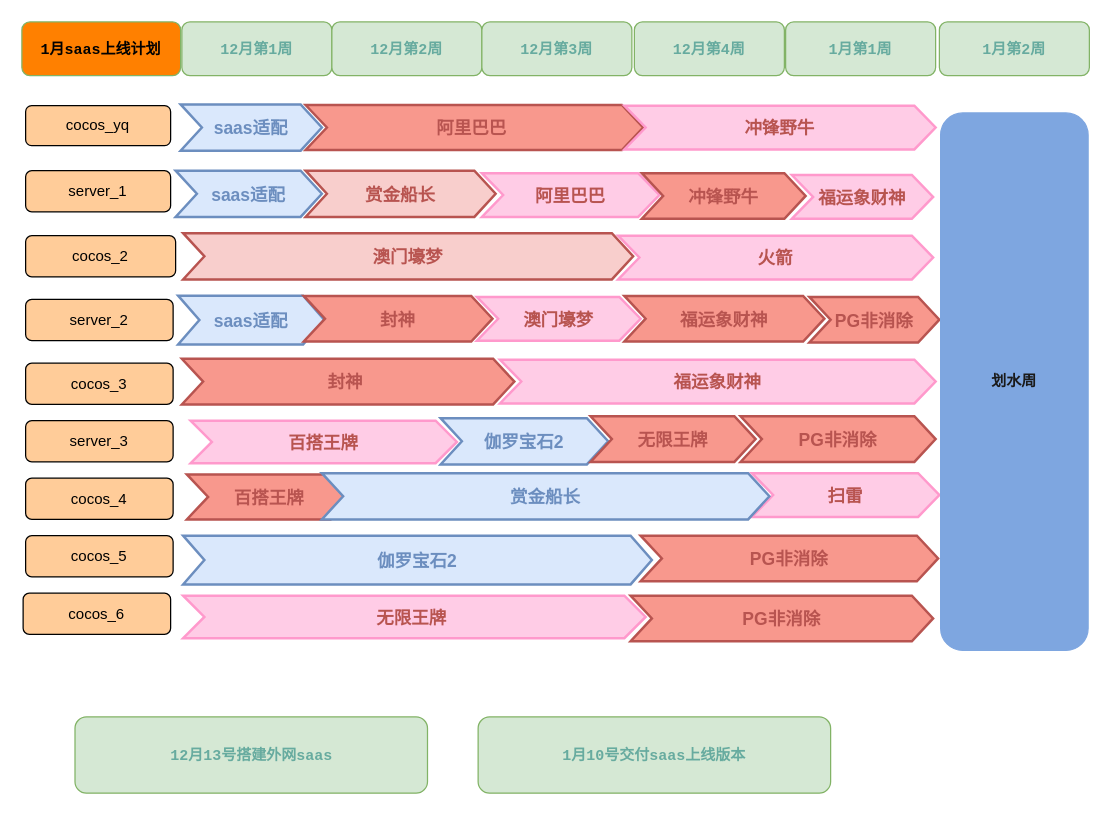
Before: 10月计划.drawio in iteevohe/images, a draw.io diagram. Source tidied: cells renumbered, new cells numbered last; positions are measured from the earlier drawing's top-left corner, leaving out a move shared by most shapes. Both pictures are drawn from the tidied source at 125%, with x=0, y=0 at pixel (21, 21).
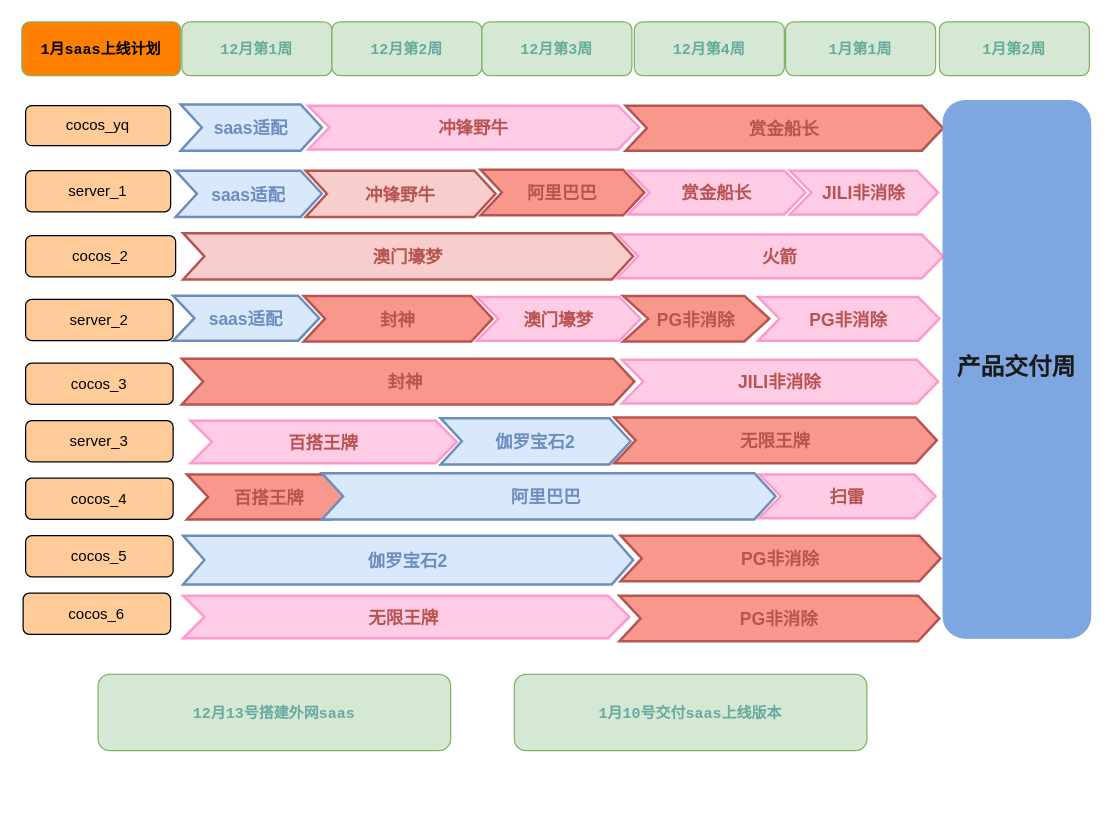
After the change.

Diff of the diagram source:
```diff
@@
-    <mxCell id="16" value="福运象财神" style="shape=step;perimeter=stepPerimeter;strokeColor=#FF99CC;fontFamily=Helvetica;fontSize=14;fontColor=#B85450;fillColor=#FFCCE6;fixedSize=1;size=17;fontStyle=1;strokeWidth=2;spacingTop=0;" parent="1" vertex="1">
-      <mxGeometry x="382.5" y="270.2" width="348.5" height="35" as="geometry" />
+    <mxCell id="16" value="JILI非消除" style="shape=step;perimeter=stepPerimeter;strokeColor=#FF99CC;fontFamily=Helvetica;fontSize=14;fontColor=#B85450;fillColor=#FFCCE6;fixedSize=1;size=17;fontStyle=1;strokeWidth=2;spacingTop=0;" parent="1" vertex="1">
+      <mxGeometry x="480" y="270.2" width="253" height="35" as="geometry" />
     </mxCell>
@@
     <mxCell id="19" value="扫雷" style="shape=step;perimeter=stepPerimeter;strokeColor=#FF99CC;fontFamily=Helvetica;fontSize=14;fontColor=#B85450;fillColor=#FFCCE6;fixedSize=1;size=17;fontStyle=1;strokeWidth=2;spacingTop=0;" parent="1" vertex="1">
-      <mxGeometry x="584" y="361" width="150" height="35" as="geometry" />
+      <mxGeometry x="590" y="362" width="141" height="35" as="geometry" />
     </mxCell>
-    <mxCell id="20" value="赏金船长" style="shape=step;perimeter=stepPerimeter;strokeColor=#B85450;fontFamily=Helvetica;fontSize=14;fontColor=#B85450;fillColor=#f8cecc;fixedSize=1;size=17;fontStyle=1;strokeWidth=2;spacingTop=0;" parent="1" vertex="1">
+    <mxCell id="20" value="冲锋野牛" style="shape=step;perimeter=stepPerimeter;strokeColor=#B85450;fontFamily=Helvetica;fontSize=14;fontColor=#B85450;fillColor=#f8cecc;fixedSize=1;size=17;fontStyle=1;strokeWidth=2;spacingTop=0;" parent="1" vertex="1">
       <mxGeometry x="227" y="119" width="152" height="37" as="geometry" />
     </mxCell>
     <mxCell id="21" value="伽罗宝石2" style="shape=step;perimeter=stepPerimeter;strokeColor=#6C8EBF;fontFamily=Helvetica;fontSize=14;fontColor=#6C8EBF;fillColor=#dae8fc;fixedSize=1;size=17;fontStyle=1;strokeWidth=2;spacingTop=0;" parent="1" vertex="1">
-      <mxGeometry x="335" y="317" width="134" height="37" as="geometry" />
+      <mxGeometry x="335" y="317" width="152" height="37" as="geometry" />
     </mxCell>
@@
     <mxCell id="24" value="伽罗宝石2" style="shape=step;perimeter=stepPerimeter;strokeColor=#6C8EBF;fontFamily=Helvetica;fontSize=14;fontColor=#6C8EBF;fillColor=#dae8fc;fixedSize=1;size=17;fontStyle=1;strokeWidth=2;spacingTop=0;" parent="1" vertex="1">
-      <mxGeometry x="129" y="411" width="375" height="39" as="geometry" />
+      <mxGeometry x="129" y="411" width="360" height="39" as="geometry" />
     </mxCell>
@@
     <mxCell id="26" value="saas适配" style="shape=step;perimeter=stepPerimeter;strokeColor=#6C8EBF;fontFamily=Helvetica;fontSize=14;fontColor=#6C8EBF;fillColor=#dae8fc;fixedSize=1;size=17;fontStyle=1;strokeWidth=2;spacingTop=0;" parent="1" vertex="1">
-      <mxGeometry x="125" y="219" width="117" height="39" as="geometry" />
+      <mxGeometry x="121" y="219" width="117" height="36" as="geometry" />
     </mxCell>
@@
-    <mxCell id="29" value="赏金船长" style="shape=step;perimeter=stepPerimeter;strokeColor=#6C8EBF;fontFamily=Helvetica;fontSize=14;fontColor=#6C8EBF;fillColor=#dae8fc;fixedSize=1;size=17;fontStyle=1;strokeWidth=2;spacingTop=0;" parent="1" vertex="1">
-      <mxGeometry x="240" y="361" width="358" height="37" as="geometry" />
+    <mxCell id="29" value="阿里巴巴 " style="shape=step;perimeter=stepPerimeter;strokeColor=#6C8EBF;fontFamily=Helvetica;fontSize=14;fontColor=#6C8EBF;fillColor=#dae8fc;fixedSize=1;size=17;fontStyle=1;strokeWidth=2;spacingTop=0;" parent="1" vertex="1">
+      <mxGeometry x="240" y="361" width="363" height="37" as="geometry" />
     </mxCell>
-    <mxCell id="30" value="阿里巴巴 " style="shape=step;perimeter=stepPerimeter;strokeColor=#B85450;fontFamily=Helvetica;fontSize=14;fontColor=#B85450;fillColor=#F8988D;fixedSize=1;size=17;fontStyle=1;strokeWidth=2;spacingTop=0;" parent="1" vertex="1">
-      <mxGeometry x="227" y="66.5" width="270" height="36" as="geometry" />
+    <mxCell id="30" value="赏金船长" style="shape=step;perimeter=stepPerimeter;strokeColor=#B85450;fontFamily=Helvetica;fontSize=14;fontColor=#B85450;fillColor=#F8988D;fixedSize=1;size=17;fontStyle=1;strokeWidth=2;spacingTop=0;" parent="1" vertex="1">
+      <mxGeometry x="483" y="67" width="254" height="36" as="geometry" />
     </mxCell>
-    <mxCell id="31" value="阿里巴巴" style="shape=step;perimeter=stepPerimeter;strokeColor=#FF99CC;fontFamily=Helvetica;fontSize=14;fontColor=#B85450;fillColor=#FFCCE6;fixedSize=1;size=17;fontStyle=1;strokeWidth=2;spacingTop=0;" parent="1" vertex="1">
-      <mxGeometry x="368" y="121" width="142" height="35" as="geometry" />
+    <mxCell id="31" value="赏金船长" style="shape=step;perimeter=stepPerimeter;strokeColor=#FF99CC;fontFamily=Helvetica;fontSize=14;fontColor=#B85450;fillColor=#FFCCE6;fixedSize=1;size=17;fontStyle=1;strokeWidth=2;spacingTop=0;" parent="1" vertex="1">
+      <mxGeometry x="485" y="119" width="142" height="35" as="geometry" />
     </mxCell>
@@
-    <mxCell id="33" value="冲锋野牛" style="shape=step;perimeter=stepPerimeter;strokeColor=#B85450;fontFamily=Helvetica;fontSize=14;fontColor=#B85450;fillColor=#F8988D;fixedSize=1;size=17;fontStyle=1;strokeWidth=2;spacingTop=0;" parent="1" vertex="1">
-      <mxGeometry x="496" y="121" width="131" height="36.5" as="geometry" />
+    <mxCell id="33" value="阿里巴巴" style="shape=step;perimeter=stepPerimeter;strokeColor=#B85450;fontFamily=Helvetica;fontSize=14;fontColor=#B85450;fillColor=#F8988D;fixedSize=1;size=17;fontStyle=1;strokeWidth=2;spacingTop=0;" parent="1" vertex="1">
+      <mxGeometry x="367" y="118.2" width="131" height="36.5" as="geometry" />
     </mxCell>
     <mxCell id="34" value="无限王牌 " style="shape=step;perimeter=stepPerimeter;strokeColor=#FF99CC;fontFamily=Helvetica;fontSize=14;fontColor=#B85450;fillColor=#FFCCE6;fixedSize=1;size=17;fontStyle=1;strokeWidth=2;spacingTop=0;" parent="1" vertex="1">
-      <mxGeometry x="129" y="459" width="370" height="34" as="geometry" />
+      <mxGeometry x="129" y="459" width="357" height="34" as="geometry" />
     </mxCell>
@@
     <mxCell id="36" value="火箭" style="shape=step;perimeter=stepPerimeter;strokeColor=#FF99CC;fontFamily=Helvetica;fontSize=14;fontColor=#B85450;fillColor=#FFCCE6;fixedSize=1;size=17;fontStyle=1;strokeWidth=2;spacingTop=0;" parent="1" vertex="1">
-      <mxGeometry x="477" y="171" width="252" height="35" as="geometry" />
+      <mxGeometry x="476" y="170" width="261" height="35" as="geometry" />
     </mxCell>
     <mxCell id="37" value="封神 " style="shape=step;perimeter=stepPerimeter;strokeColor=#B85450;fontFamily=Helvetica;fontSize=14;fontColor=#B85450;fillColor=#F8988D;fixedSize=1;size=17;fontStyle=1;strokeWidth=2;spacingTop=0;" parent="1" vertex="1">
-      <mxGeometry x="128" y="269.5" width="266" height="36.5" as="geometry" />
+      <mxGeometry x="128" y="269.5" width="362" height="36.5" as="geometry" />
     </mxCell>
     <mxCell id="38" value="冲锋野牛" style="shape=step;perimeter=stepPerimeter;strokeColor=#FF99CC;fontFamily=Helvetica;fontSize=14;fontColor=#B85450;fillColor=#FFCCE6;fixedSize=1;size=17;fontStyle=1;strokeWidth=2;spacingTop=0;" parent="1" vertex="1">
-      <mxGeometry x="482" y="67" width="249" height="35" as="geometry" />
+      <mxGeometry x="229" y="67" width="265" height="35" as="geometry" />
     </mxCell>
     <mxCell id="39" value="PG非消除" style="shape=step;perimeter=stepPerimeter;strokeColor=#B85450;fontFamily=Helvetica;fontSize=14;fontColor=#B85450;fillColor=#F8988D;fixedSize=1;size=17;fontStyle=1;strokeWidth=2;spacingTop=0;" parent="1" vertex="1">
-      <mxGeometry x="495" y="411" width="238" height="36.5" as="geometry" />
+      <mxGeometry x="479" y="411" width="256" height="36.5" as="geometry" />
     </mxCell>
-    <mxCell id="40" value="福运象财神" style="shape=step;perimeter=stepPerimeter;strokeColor=#FF99CC;fontFamily=Helvetica;fontSize=14;fontColor=#B85450;fillColor=#FFCCE6;fixedSize=1;size=17;fontStyle=1;strokeWidth=2;spacingTop=0;" parent="1" vertex="1">
-      <mxGeometry x="616" y="122.5" width="113" height="35" as="geometry" />
+    <mxCell id="40" value="JILI非消除" style="shape=step;perimeter=stepPerimeter;strokeColor=#FF99CC;fontFamily=Helvetica;fontSize=14;fontColor=#B85450;fillColor=#FFCCE6;fixedSize=1;size=17;fontStyle=1;strokeWidth=2;spacingTop=0;" parent="1" vertex="1">
+      <mxGeometry x="614.5" y="119" width="118.5" height="35" as="geometry" />
     </mxCell>
     <mxCell id="41" value="PG非消除" style="shape=step;perimeter=stepPerimeter;strokeColor=#B85450;fontFamily=Helvetica;fontSize=14;fontColor=#B85450;fillColor=#F8988D;fixedSize=1;size=17;fontStyle=1;strokeWidth=2;spacingTop=0;" parent="1" vertex="1">
-      <mxGeometry x="487" y="459" width="242" height="36.5" as="geometry" />
+      <mxGeometry x="478" y="459" width="256" height="36.5" as="geometry" />
     </mxCell>
     <mxCell id="42" value="无限王牌" style="shape=step;perimeter=stepPerimeter;strokeColor=#B85450;fontFamily=Helvetica;fontSize=14;fontColor=#B85450;fillColor=#F8988D;fixedSize=1;size=17;fontStyle=1;strokeWidth=2;spacingTop=0;" parent="1" vertex="1">
-      <mxGeometry x="455" y="315.5" width="132" height="36.5" as="geometry" />
+      <mxGeometry x="474" y="316.5" width="258" height="36.5" as="geometry" />
     </mxCell>
-    <mxCell id="43" value="福运象财神" style="shape=step;perimeter=stepPerimeter;strokeColor=#B85450;fontFamily=Helvetica;fontSize=14;fontColor=#B85450;fillColor=#F8988D;fixedSize=1;size=17;fontStyle=1;strokeWidth=2;spacingTop=0;" parent="1" vertex="1">
-      <mxGeometry x="482" y="219.2" width="160" height="36.5" as="geometry" />
-    </mxCell>
-    <mxCell id="44" value="PG非消除" style="shape=step;perimeter=stepPerimeter;strokeColor=#B85450;fontFamily=Helvetica;fontSize=14;fontColor=#B85450;fillColor=#F8988D;fixedSize=1;size=17;fontStyle=1;strokeWidth=2;spacingTop=0;" parent="1" vertex="1">
-      <mxGeometry x="630" y="220" width="104" height="36.5" as="geometry" />
+    <mxCell id="44" value="PG非消除" style="shape=step;perimeter=stepPerimeter;strokeColor=#B85450;fontFamily=Helvetica;fontSize=14;fontColor=#B85450;fillColor=#F8988D;fixedSize=1;size=20;fontStyle=1;strokeWidth=2;spacingTop=0;" parent="1" vertex="1">
+      <mxGeometry x="481" y="219.2" width="117" height="36.5" as="geometry" />
     </mxCell>
-    <mxCell id="45" value="PG非消除" style="shape=step;perimeter=stepPerimeter;strokeColor=#B85450;fontFamily=Helvetica;fontSize=14;fontColor=#B85450;fillColor=#F8988D;fixedSize=1;size=17;fontStyle=1;strokeWidth=2;spacingTop=0;" parent="1" vertex="1">
-      <mxGeometry x="575" y="315.5" width="156" height="36.5" as="geometry" />
-    </mxCell>
     <mxCell id="46" value="&lt;font color=&quot;#67ab9f&quot; style=&quot;&quot; face=&quot;Courier New&quot;&gt;&lt;b style=&quot;&quot;&gt;12月13号搭建外网saas&lt;/b&gt;&lt;/font&gt;" style="rounded=1;whiteSpace=wrap;html=1;fillColor=#d5e8d4;strokeColor=#82b366;" parent="1" vertex="1">
-      <mxGeometry x="42.5" y="556" width="282" height="61" as="geometry" />
+      <mxGeometry x="61" y="522" width="282" height="61" as="geometry" />
     </mxCell>
     <mxCell id="47" value="&lt;font color=&quot;#67ab9f&quot; style=&quot;&quot; face=&quot;Courier New&quot;&gt;&lt;b style=&quot;&quot;&gt;1月10号交付saas上线版本&lt;/b&gt;&lt;/font&gt;" style="rounded=1;whiteSpace=wrap;html=1;fillColor=#d5e8d4;strokeColor=#82b366;" parent="1" vertex="1">
-      <mxGeometry x="365" y="556" width="282" height="61" as="geometry" />
+      <mxGeometry x="394" y="522" width="282" height="61" as="geometry" />
     </mxCell>
-    <mxCell id="48" value="&lt;div style=&quot;&quot;&gt;&lt;b style=&quot;color: rgb(26, 26, 26); font-family: &amp;quot;Courier New&amp;quot;; background-color: initial;&quot;&gt;划水周&lt;/b&gt;&lt;/div&gt;" style="rounded=1;whiteSpace=wrap;html=1;fillColor=#7EA6E0;strokeColor=#7EA6E0;align=center;" parent="1" vertex="1">
-      <mxGeometry x="735" y="72.8" width="118" height="430" as="geometry" />
+    <mxCell id="48" value="&lt;div style=&quot;&quot;&gt;&lt;b style=&quot;color: rgb(26, 26, 26); font-family: &amp;quot;Courier New&amp;quot;; background-color: initial;&quot;&gt;&lt;font style=&quot;font-size: 19px;&quot;&gt;产品交付周&lt;/font&gt;&lt;/b&gt;&lt;/div&gt;" style="rounded=1;whiteSpace=wrap;html=1;fillColor=#7EA6E0;strokeColor=#7EA6E0;align=center;" parent="1" vertex="1">
+      <mxGeometry x="737" y="63" width="118" height="430" as="geometry" />
     </mxCell>
@@
+    <mxCell id="45" value="PG非消除" style="shape=step;perimeter=stepPerimeter;strokeColor=#FF99CC;fontFamily=Helvetica;fontSize=14;fontColor=#B85450;fillColor=#FFCCE6;fixedSize=1;size=17;fontStyle=1;strokeWidth=2;spacingTop=0;" parent="1" vertex="1">
+      <mxGeometry x="589" y="220" width="145" height="35" as="geometry" />
+    </mxCell>
```
